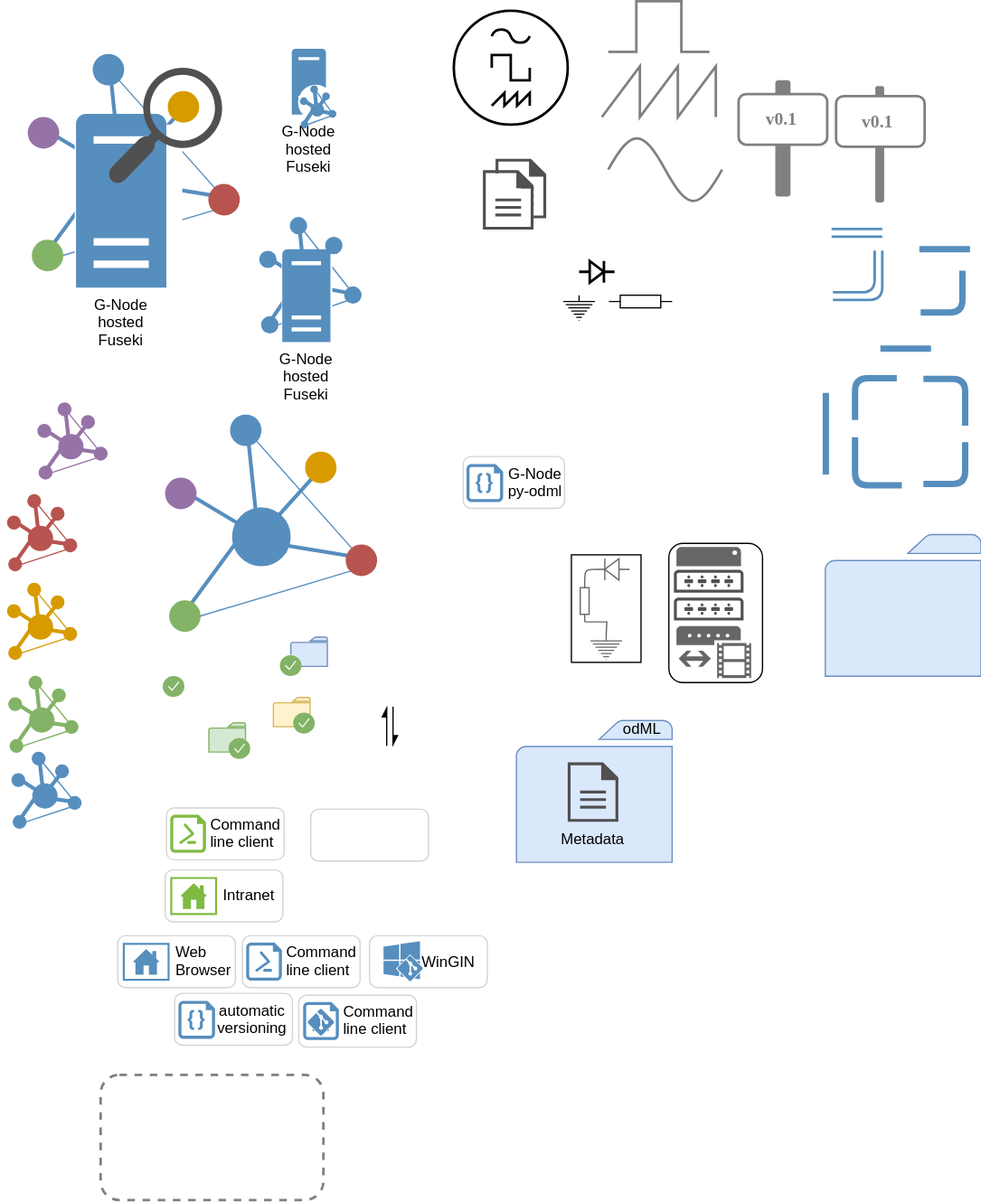
This is drawio/ShapesCollectionCustom.svg from mpsonntag/prespost, a draw.io export, as it was before one commit. Source tidied: cells renumbered, new cells last; positions are measured from the earlier drawing's top-left corner, leaving out a move shared by most shapes.
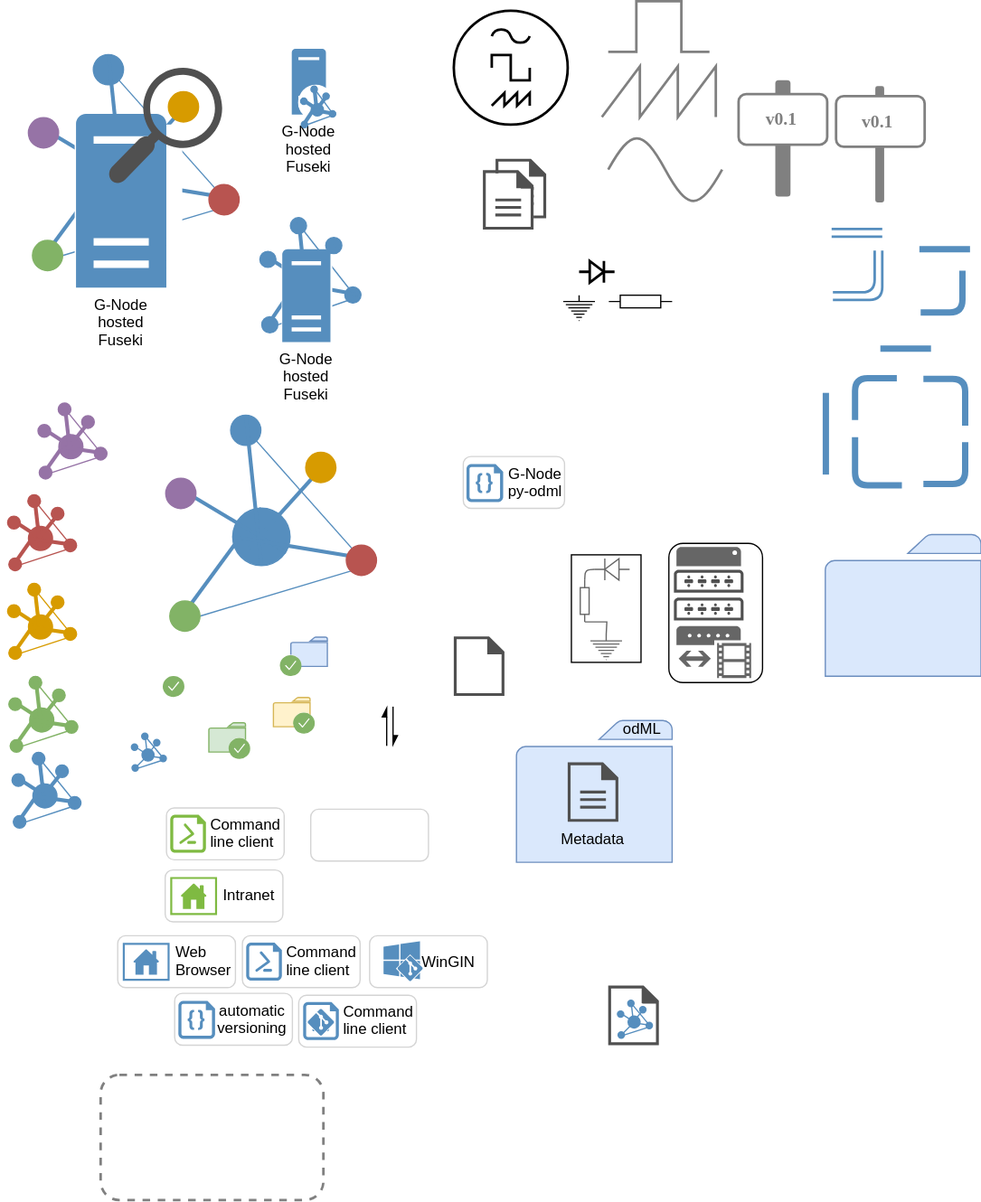
Later version of the same file.

Commit message:
[drawio] Add rdf doc custom shape

What changed in the source:
```diff
@@ -881,5 +881,107 @@
     <mxCell id="270" style="shadow=0;dashed=0;strokeColor=none;fillColor=#568EBE;labelPosition=center;verticalLabelPosition=bottom;verticalAlign=top;shape=mxgraph.azure.git_repository;" parent="268" vertex="1">
       <mxGeometry x="0.5" y="0.3" width="20" height="20" as="geometry" />
     </mxCell>
+    <mxCell id="271" style="shadow=0;dashed=0;strokeColor=none;fillColor=#505050;labelPosition=center;verticalLabelPosition=bottom;verticalAlign=top;align=center;shape=(stored shape, 336 characters);" parent="1" vertex="1">
+      <mxGeometry x="357" y="501.5" width="40" height="47" as="geometry" />
+    </mxCell>
+    <mxCell id="272" style="group;" parent="1" vertex="1">
+      <mxGeometry x="100" y="578" width="30" height="30" as="geometry" />
+    </mxCell>
+    <mxCell id="273" style="ellipse;whiteSpace=wrap;strokeColor=none;fillColor=#ffffff;" parent="272" vertex="1">
+      <mxGeometry y="0.2" width="29" height="29" as="geometry" />
+    </mxCell>
+    <mxCell id="274" style="group;" parent="272" vertex="1">
+      <mxGeometry x="2.3" width="27.7" height="30" as="geometry" />
+    </mxCell>
+    <mxCell id="275" style="ellipse;whiteSpace=wrap;fillColor=#568EBE;strokeColor=#568EBE;" parent="274" vertex="1">
+      <mxGeometry x="0.5" y="25" width="5" height="5" as="geometry" />
+    </mxCell>
+    <mxCell id="276" style="endArrow=none;strokeColor=#568EBE;entryX=1;entryY=0.5;exitX=0;exitY=1;strokeWidth=1;" parent="274" edge="1" source="281" target="275">
+      <mxGeometry relative="1" as="geometry" />
+    </mxCell>
+    <mxCell id="277" style="endArrow=none;strokeColor=#568EBE;entryX=1;entryY=0;exitX=0;exitY=1;strokeWidth=1;entryDx=0;entryDy=0;" parent="274" edge="1" source="275" target="282">
+      <mxGeometry relative="1" as="geometry" />
+    </mxCell>
+    <mxCell id="278" style="ellipse;whiteSpace=wrap;fillColor=#568EBE;strokeColor=#568EBE;" parent="274" vertex="1">
+      <mxGeometry y="8.5" width="5" height="5" as="geometry" />
+    </mxCell>
+    <mxCell id="279" style="ellipse;whiteSpace=wrap;fillColor=#568EBE;strokeColor=#568EBE;" parent="274" vertex="1">
+      <mxGeometry x="17.5" y="5" width="5" height="5" as="geometry" />
+    </mxCell>
+    <mxCell id="280" style="ellipse;whiteSpace=wrap;fillColor=#568EBE;strokeColor=#568EBE;" parent="274" vertex="1">
+      <mxGeometry x="8.1" width="5" height="5" as="geometry" />
+    </mxCell>
+    <mxCell id="281" style="ellipse;whiteSpace=wrap;fillColor=#568EBE;strokeColor=#568EBE;" parent="274" vertex="1">
+      <mxGeometry x="22.6" y="17.5" width="5" height="5" as="geometry" />
+    </mxCell>
+    <mxCell id="282" style="ellipse;whiteSpace=wrap;fillColor=#568EBE;strokeColor=#568EBE;" parent="274" vertex="1">
+      <mxGeometry x="8.4" y="12.5" width="9.5" height="9.5" as="geometry" />
+    </mxCell>
+    <mxCell id="283" style="endArrow=none;strokeColor=#568EBE;entryX=0;entryY=0;exitX=0.932;exitY=0.771;strokeWidth=1;exitPerimeter=0;" parent="274" edge="1" source="282" target="278">
+      <mxGeometry relative="1" as="geometry" />
+    </mxCell>
+    <mxCell id="284" style="endArrow=none;strokeColor=#568EBE;entryX=0.5;entryY=0;exitX=0.5;exitY=1;strokeWidth=1;" parent="274" edge="1" source="282" target="280">
+      <mxGeometry relative="1" as="geometry" />
+    </mxCell>
+    <mxCell id="285" style="endArrow=none;strokeColor=#568EBE;entryX=1;entryY=0;exitX=0;exitY=1;strokeWidth=1;" parent="274" edge="1" source="282" target="279">
+      <mxGeometry relative="1" as="geometry" />
+    </mxCell>
+    <mxCell id="286" style="endArrow=none;strokeColor=#568EBE;entryX=0;entryY=0.5;exitX=1;exitY=0.5;strokeWidth=1;rounded=1;" parent="274" edge="1" source="281" target="282">
+      <mxGeometry relative="1" as="geometry" />
+    </mxCell>
+    <mxCell id="287" style="endArrow=none;strokeColor=#568EBE;entryX=1;entryY=1;strokeWidth=1;exitX=1;exitY=1;" parent="274" edge="1" source="280" target="281">
+      <mxGeometry relative="1" as="geometry" />
+    </mxCell>
+    <mxCell id="288" style="group;" parent="1" vertex="1">
+      <mxGeometry x="479" y="777.5" width="40" height="47" as="geometry" />
+    </mxCell>
+    <mxCell id="289" style="shadow=0;dashed=0;strokeColor=none;fillColor=#505050;labelPosition=center;verticalLabelPosition=bottom;verticalAlign=top;align=center;shape=(stored shape, 336 characters);" parent="288" vertex="1">
+      <mxGeometry width="40" height="47" as="geometry" />
+    </mxCell>
+    <mxCell id="290" style="ellipse;whiteSpace=wrap;strokeColor=none;fillColor=#ffffff;" parent="288" vertex="1">
+      <mxGeometry x="4" y="11.8" width="29" height="29" as="geometry" />
+    </mxCell>
+    <mxCell id="291" style="group;" parent="288" vertex="1">
+      <mxGeometry x="7.3" y="11.5" width="27.7" height="30" as="geometry" />
+    </mxCell>
+    <mxCell id="292" style="ellipse;whiteSpace=wrap;fillColor=#568EBE;strokeColor=#568EBE;" parent="291" vertex="1">
+      <mxGeometry x="0.5" y="25" width="5" height="5" as="geometry" />
+    </mxCell>
+    <mxCell id="293" style="endArrow=none;strokeColor=#568EBE;entryX=1;entryY=0.5;exitX=0;exitY=1;strokeWidth=1;" parent="291" edge="1" source="298" target="292">
+      <mxGeometry relative="1" as="geometry" />
+    </mxCell>
+    <mxCell id="294" style="endArrow=none;strokeColor=#568EBE;entryX=1;entryY=0;exitX=0;exitY=1;strokeWidth=1;entryDx=0;entryDy=0;" parent="291" edge="1" source="292" target="299">
+      <mxGeometry relative="1" as="geometry" />
+    </mxCell>
+    <mxCell id="295" style="ellipse;whiteSpace=wrap;fillColor=#568EBE;strokeColor=#568EBE;" parent="291" vertex="1">
+      <mxGeometry y="8.5" width="5" height="5" as="geometry" />
+    </mxCell>
+    <mxCell id="296" style="ellipse;whiteSpace=wrap;fillColor=#568EBE;strokeColor=#568EBE;" parent="291" vertex="1">
+      <mxGeometry x="17.5" y="5" width="5" height="5" as="geometry" />
+    </mxCell>
+    <mxCell id="297" style="ellipse;whiteSpace=wrap;fillColor=#568EBE;strokeColor=#568EBE;" parent="291" vertex="1">
+      <mxGeometry x="8.1" width="5" height="5" as="geometry" />
+    </mxCell>
+    <mxCell id="298" style="ellipse;whiteSpace=wrap;fillColor=#568EBE;strokeColor=#568EBE;" parent="291" vertex="1">
+      <mxGeometry x="22.6" y="17.5" width="5" height="5" as="geometry" />
+    </mxCell>
+    <mxCell id="299" style="ellipse;whiteSpace=wrap;fillColor=#568EBE;strokeColor=#568EBE;" parent="291" vertex="1">
+      <mxGeometry x="8.4" y="12.5" width="9.5" height="9.5" as="geometry" />
+    </mxCell>
+    <mxCell id="300" style="endArrow=none;strokeColor=#568EBE;entryX=0;entryY=0;exitX=0.932;exitY=0.771;strokeWidth=1;exitPerimeter=0;" parent="291" edge="1" source="299" target="295">
+      <mxGeometry relative="1" as="geometry" />
+    </mxCell>
+    <mxCell id="301" style="endArrow=none;strokeColor=#568EBE;entryX=0.5;entryY=0;exitX=0.5;exitY=1;strokeWidth=1;" parent="291" edge="1" source="299" target="297">
+      <mxGeometry relative="1" as="geometry" />
+    </mxCell>
+    <mxCell id="302" style="endArrow=none;strokeColor=#568EBE;entryX=1;entryY=0;exitX=0;exitY=1;strokeWidth=1;" parent="291" edge="1" source="299" target="296">
+      <mxGeometry relative="1" as="geometry" />
+    </mxCell>
+    <mxCell id="303" style="endArrow=none;strokeColor=#568EBE;entryX=0;entryY=0.5;exitX=1;exitY=0.5;strokeWidth=1;rounded=1;" parent="291" edge="1" source="298" target="299">
+      <mxGeometry relative="1" as="geometry" />
+    </mxCell>
+    <mxCell id="304" style="endArrow=none;strokeColor=#568EBE;entryX=1;entryY=1;strokeWidth=1;exitX=1;exitY=1;" parent="291" edge="1" source="297" target="298">
+      <mxGeometry relative="1" as="geometry" />
+    </mxCell>
   </root>
 </mxGraphModel>
```
